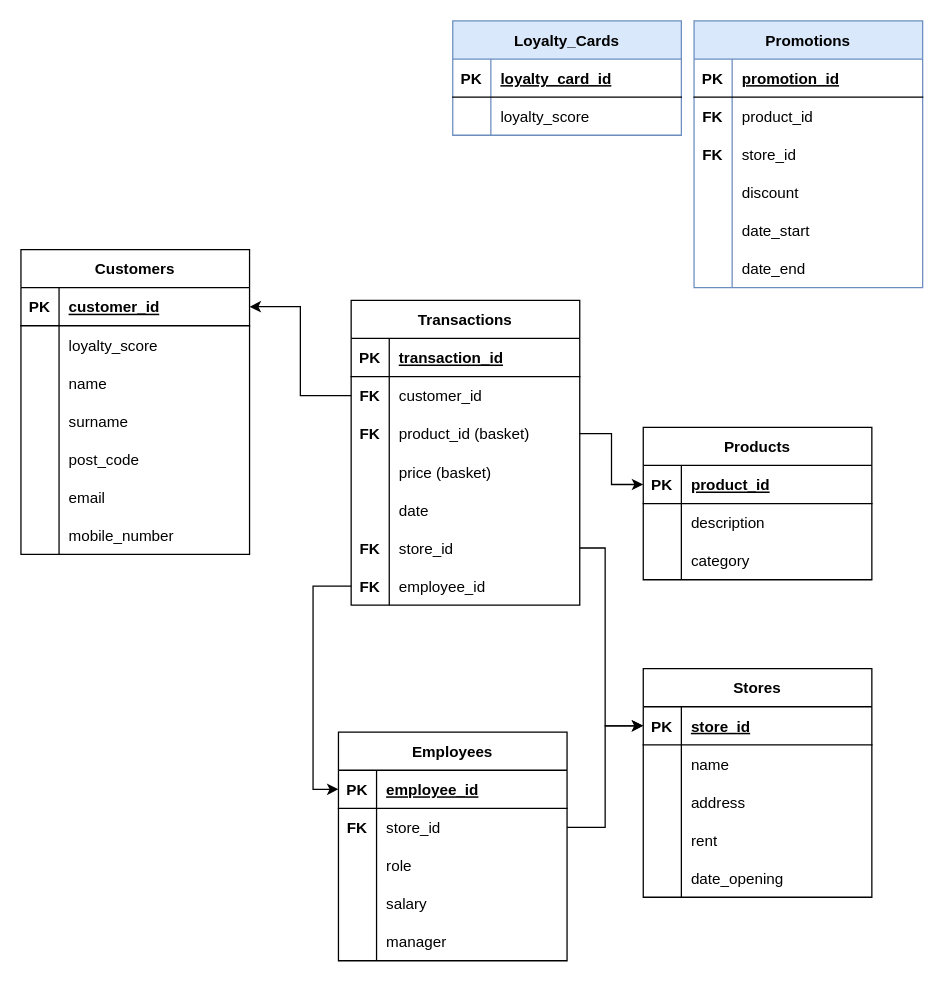
Before: Untitled Diagram.drawio in javi-arr/snowflake_exercise, a draw.io diagram. Source tidied: cells renumbered, new cells numbered last; positions are measured from the earlier drawing's top-left corner, leaving out a move shared by most shapes. Both pictures are drawn from the tidied source at 127%, with x=0, y=0 at pixel (20, 20).
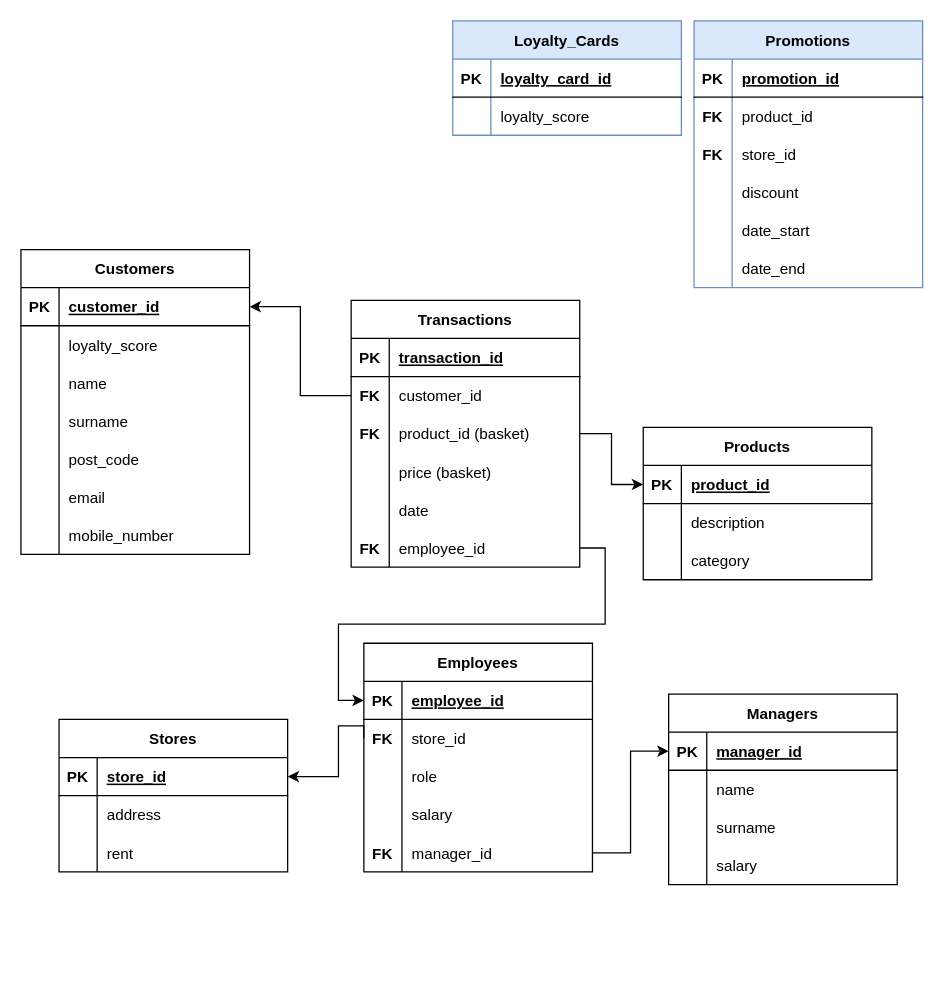
The same page after the edit.

Unchanged cells that the change refers to:
```xml
<mxCell id="71" style="shape=tableRow;horizontal=0;startSize=0;swimlaneHead=0;swimlaneBody=0;fillColor=none;points=[[0,0.5],[1,0.5]];portConstraint=eastwest;top=0;left=0;right=0;bottom=0;" parent="67" vertex="1">
  <mxGeometry y="60" width="180" height="30" as="geometry" />
</mxCell>
<mxCell id="80" style="shape=tableRow;horizontal=0;startSize=0;swimlaneHead=0;swimlaneBody=0;fillColor=none;points=[[0,0.5],[1,0.5]];portConstraint=eastwest;top=0;left=0;right=0;bottom=0;" parent="67" vertex="1">
  <mxGeometry y="150" width="180" height="30" as="geometry" />
</mxCell>
<mxCell id="84" style="shape=tableRow;horizontal=0;startSize=0;swimlaneHead=0;swimlaneBody=0;fillColor=none;points=[[0,0.5],[1,0.5]];portConstraint=eastwest;top=0;left=0;right=0;bottom=1;" parent="83" vertex="1">
  <mxGeometry y="30" width="180" height="30" as="geometry" />
</mxCell>
```

Change to the diagram source:
```diff
@@
     <mxCell id="24" value="Transactions" style="shape=table;startSize=30;childLayout=tableLayout;rowLines=0;fontStyle=1;align=center;" parent="1" vertex="1">
-      <mxGeometry x="260" y="220" width="180" height="240" as="geometry" />
+      <mxGeometry x="260" y="220" width="180" height="210" as="geometry" />
     </mxCell>
@@
-    <mxCell id="40" style="shape=tableRow;horizontal=0;startSize=0;swimlaneHead=0;swimlaneBody=0;fillColor=none;points=[[0,0.5],[1,0.5]];portConstraint=eastwest;top=0;left=0;right=0;bottom=0;" parent="24" vertex="1">
-      <mxGeometry y="180" width="180" height="30" as="geometry" />
-    </mxCell>
-    <mxCell id="41" value="FK" style="shape=partialRectangle;fillColor=none;top=0;left=0;bottom=0;right=0;overflow=hidden;fontStyle=1;" parent="40" vertex="1">
-      <mxGeometry width="30" height="30" as="geometry" />
-    </mxCell>
-    <mxCell id="42" value="store_id" style="shape=partialRectangle;fillColor=none;top=0;left=0;bottom=0;right=0;align=left;spacingLeft=6;overflow=hidden;" parent="40" vertex="1">
-      <mxGeometry x="30" width="150" height="30" as="geometry" />
-    </mxCell>
     <mxCell id="43" style="shape=tableRow;horizontal=0;startSize=0;swimlaneHead=0;swimlaneBody=0;fillColor=none;points=[[0,0.5],[1,0.5]];portConstraint=eastwest;top=0;left=0;right=0;bottom=0;" parent="24" vertex="1">
-      <mxGeometry y="210" width="180" height="30" as="geometry" />
+      <mxGeometry y="180" width="180" height="30" as="geometry" />
     </mxCell>
@@
     <mxCell id="67" value="Employees" style="shape=table;startSize=30;childLayout=tableLayout;rowLines=0;fontStyle=1;align=center;" parent="1" vertex="1">
-      <mxGeometry x="250" y="560" width="180" height="180" as="geometry" />
+      <mxGeometry x="270" y="490" width="180" height="180" as="geometry" />
     </mxCell>
@@
-    <mxCell id="81" style="shape=partialRectangle;fillColor=none;top=0;left=0;bottom=0;right=0;overflow=hidden;" parent="80" vertex="1">
+    <mxCell id="81" value="FK" style="shape=partialRectangle;fillColor=none;top=0;left=0;bottom=0;right=0;overflow=hidden;fontStyle=1;" parent="80" vertex="1">
       <mxGeometry width="30" height="30" as="geometry" />
     </mxCell>
-    <mxCell id="82" value="manager" style="shape=partialRectangle;fillColor=none;top=0;left=0;bottom=0;right=0;align=left;spacingLeft=6;overflow=hidden;" parent="80" vertex="1">
+    <mxCell id="82" value="manager_id" style="shape=partialRectangle;fillColor=none;top=0;left=0;bottom=0;right=0;align=left;spacingLeft=6;overflow=hidden;" parent="80" vertex="1">
       <mxGeometry x="30" width="150" height="30" as="geometry" />
     </mxCell>
     <mxCell id="83" value="Stores" style="shape=table;startSize=30;childLayout=tableLayout;rowLines=0;fontStyle=1;align=center;" parent="1" vertex="1">
-      <mxGeometry x="490" y="510" width="180" height="180" as="geometry" />
+      <mxGeometry x="30" y="550" width="180" height="120" as="geometry" />
     </mxCell>
@@
-    <mxCell id="87" style="shape=tableRow;horizontal=0;startSize=0;swimlaneHead=0;swimlaneBody=0;fillColor=none;top=0;left=0;right=0;bottom=0;" parent="83" vertex="1">
-      <mxGeometry y="60" width="180" height="30" as="geometry" />
-    </mxCell>
-    <mxCell id="88" style="shape=partialRectangle;fillColor=none;top=0;left=0;bottom=0;right=0;overflow=hidden;fontStyle=1;" parent="87" vertex="1">
-      <mxGeometry width="30" height="30" as="geometry" />
-    </mxCell>
-    <mxCell id="89" value="name" style="shape=partialRectangle;fillColor=none;top=0;left=0;bottom=0;right=0;align=left;spacingLeft=6;overflow=hidden;" parent="87" vertex="1">
-      <mxGeometry x="30" width="150" height="30" as="geometry" />
-    </mxCell>
     <mxCell id="90" style="shape=tableRow;horizontal=0;startSize=0;swimlaneHead=0;swimlaneBody=0;fillColor=none;top=0;left=0;right=0;bottom=0;" parent="83" vertex="1">
-      <mxGeometry y="90" width="180" height="30" as="geometry" />
+      <mxGeometry y="60" width="180" height="30" as="geometry" />
     </mxCell>
@@
     <mxCell id="93" style="shape=tableRow;horizontal=0;startSize=0;swimlaneHead=0;swimlaneBody=0;fillColor=none;top=0;left=0;right=0;bottom=0;" parent="83" vertex="1">
-      <mxGeometry y="120" width="180" height="30" as="geometry" />
+      <mxGeometry y="90" width="180" height="30" as="geometry" />
     </mxCell>
@@
-    <mxCell id="96" style="shape=tableRow;horizontal=0;startSize=0;swimlaneHead=0;swimlaneBody=0;fillColor=none;top=0;left=0;right=0;bottom=0;" parent="83" vertex="1">
-      <mxGeometry y="150" width="180" height="30" as="geometry" />
-    </mxCell>
-    <mxCell id="97" style="shape=partialRectangle;fillColor=none;top=0;left=0;bottom=0;right=0;overflow=hidden;" parent="96" vertex="1">
-      <mxGeometry width="30" height="30" as="geometry" />
-    </mxCell>
-    <mxCell id="98" value="date_opening" style="shape=partialRectangle;fillColor=none;top=0;left=0;bottom=0;right=0;align=left;spacingLeft=6;overflow=hidden;" parent="96" vertex="1">
-      <mxGeometry x="30" width="150" height="30" as="geometry" />
-    </mxCell>
@@
-    <mxCell id="100" style="edgeStyle=orthogonalEdgeStyle;rounded=0;jettySize=auto;html=1;" parent="1" edge="1" source="71" target="84">
+    <mxCell id="100" style="edgeStyle=orthogonalEdgeStyle;rounded=0;jettySize=auto;html=1;exitX=0;exitY=0.5;exitDx=0;exitDy=0;" parent="1" edge="1" source="71" target="84">
       <mxGeometry relative="1" as="geometry">
         <Array as="points">
-          <mxPoint x="460" y="635" />
-          <mxPoint x="460" y="555" />
+          <mxPoint x="250" y="555" />
         </Array>
       </mxGeometry>
     </mxCell>
@@
-    <mxCell id="120" style="edgeStyle=orthogonalEdgeStyle;rounded=0;jettySize=auto;html=1;" parent="1" edge="1" source="40" target="84">
-      <mxGeometry relative="1" as="geometry">
-        <Array as="points">
-          <mxPoint x="460" y="415" />
-          <mxPoint x="460" y="555" />
-        </Array>
-      </mxGeometry>
-    </mxCell>
+    <mxCell id="121" value="Managers" style="shape=table;startSize=30;childLayout=tableLayout;rowLines=0;fontStyle=1;align=center;" parent="1" vertex="1">
+      <mxGeometry x="510" y="530" width="180" height="150" as="geometry" />
+    </mxCell>
+    <mxCell id="122" style="shape=tableRow;horizontal=0;startSize=0;swimlaneHead=0;swimlaneBody=0;fillColor=none;points=[[0,0.5],[1,0.5]];portConstraint=eastwest;top=0;left=0;right=0;bottom=1;" parent="121" vertex="1">
+      <mxGeometry y="30" width="180" height="30" as="geometry" />
+    </mxCell>
+    <mxCell id="123" value="PK" style="shape=partialRectangle;fillColor=none;top=0;left=0;bottom=0;right=0;fontStyle=1;overflow=hidden;" parent="122" vertex="1">
+      <mxGeometry width="30" height="30" as="geometry" />
+    </mxCell>
+    <mxCell id="124" value="manager_id" style="shape=partialRectangle;fillColor=none;top=0;left=0;bottom=0;right=0;align=left;spacingLeft=6;fontStyle=5;overflow=hidden;" parent="122" vertex="1">
+      <mxGeometry x="30" width="150" height="30" as="geometry" />
+    </mxCell>
+    <mxCell id="87" style="shape=tableRow;horizontal=0;startSize=0;swimlaneHead=0;swimlaneBody=0;fillColor=none;top=0;left=0;right=0;bottom=0;" parent="121" vertex="1">
+      <mxGeometry y="60" width="180" height="30" as="geometry" />
+    </mxCell>
+    <mxCell id="88" style="shape=partialRectangle;fillColor=none;top=0;left=0;bottom=0;right=0;overflow=hidden;fontStyle=1;" parent="87" vertex="1">
+      <mxGeometry width="30" height="30" as="geometry" />
+    </mxCell>
+    <mxCell id="89" value="name" style="shape=partialRectangle;fillColor=none;top=0;left=0;bottom=0;right=0;align=left;spacingLeft=6;overflow=hidden;" parent="87" vertex="1">
+      <mxGeometry x="30" width="150" height="30" as="geometry" />
+    </mxCell>
+    <mxCell id="125" style="shape=tableRow;horizontal=0;startSize=0;swimlaneHead=0;swimlaneBody=0;fillColor=none;top=0;left=0;right=0;bottom=0;" parent="121" vertex="1">
+      <mxGeometry y="90" width="180" height="30" as="geometry" />
+    </mxCell>
+    <mxCell id="126" style="shape=partialRectangle;fillColor=none;top=0;left=0;bottom=0;right=0;overflow=hidden;" parent="125" vertex="1">
+      <mxGeometry width="30" height="30" as="geometry" />
+    </mxCell>
+    <mxCell id="127" value="surname" style="shape=partialRectangle;fillColor=none;top=0;left=0;bottom=0;right=0;align=left;spacingLeft=6;overflow=hidden;" parent="125" vertex="1">
+      <mxGeometry x="30" width="150" height="30" as="geometry" />
+    </mxCell>
+    <mxCell id="128" style="shape=tableRow;horizontal=0;startSize=0;swimlaneHead=0;swimlaneBody=0;fillColor=none;top=0;left=0;right=0;bottom=0;" parent="121" vertex="1">
+      <mxGeometry y="120" width="180" height="30" as="geometry" />
+    </mxCell>
+    <mxCell id="129" style="shape=partialRectangle;fillColor=none;top=0;left=0;bottom=0;right=0;overflow=hidden;" parent="128" vertex="1">
+      <mxGeometry width="30" height="30" as="geometry" />
+    </mxCell>
+    <mxCell id="130" value="salary" style="shape=partialRectangle;fillColor=none;top=0;left=0;bottom=0;right=0;align=left;spacingLeft=6;overflow=hidden;" parent="128" vertex="1">
+      <mxGeometry x="30" width="150" height="30" as="geometry" />
+    </mxCell>
+    <mxCell id="131" style="edgeStyle=orthogonalEdgeStyle;rounded=0;jettySize=auto;html=1;entryX=0;entryY=0.5;entryDx=0;entryDy=0;" parent="1" edge="1" source="80" target="122">
+      <mxGeometry relative="1" as="geometry" />
+    </mxCell>
```
